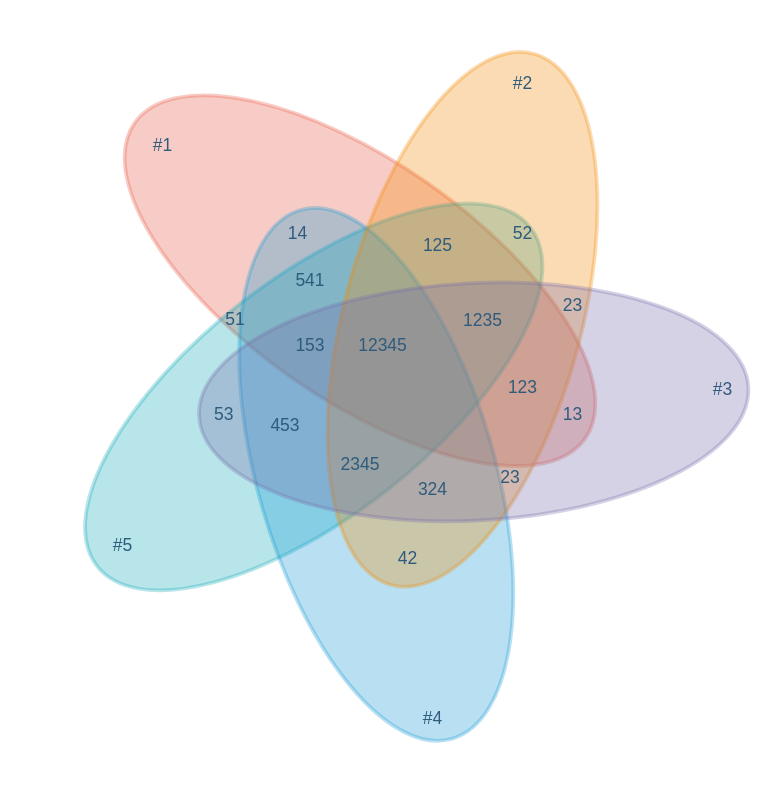
Above: 未命名绘图.drawio in Hantron/jira (draw.io), before the change. Source tidied: cells renumbered, new cells numbered last; positions are measured from the earlier drawing's top-left corner, leaving out a move shared by most shapes. Both pictures are drawn from the tidied source at 125%, with x=0, y=0 at pixel (38, 70).
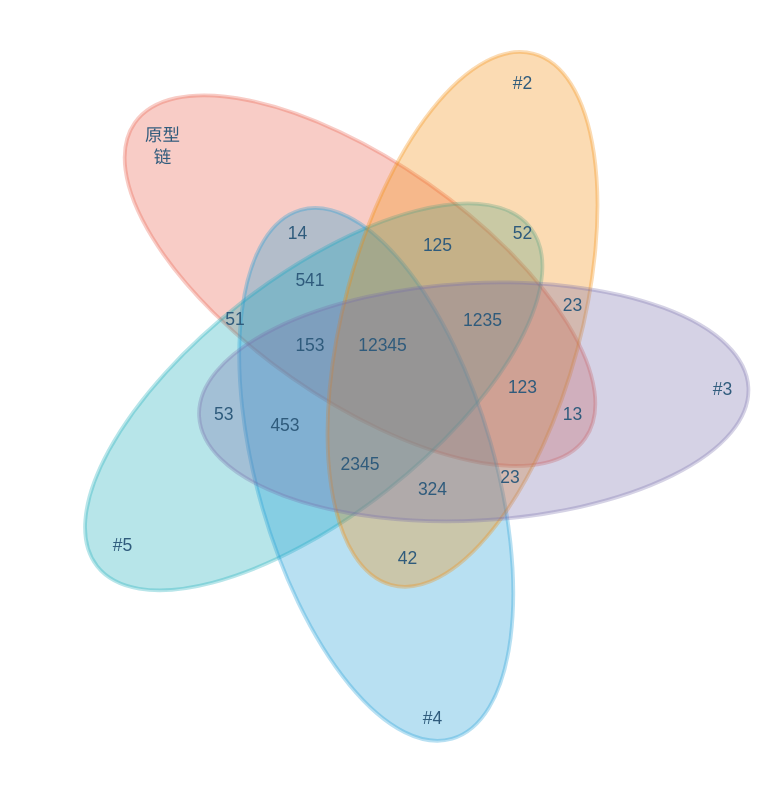
The same page after the edit.

Commit message:
更新未命名绘图.drawio

Diff of the diagram source:
```diff
@@
-    <mxCell id="7" value="#1" style="text;html=1;strokeColor=none;fillColor=none;align=center;verticalAlign=middle;whiteSpace=wrap;rounded=0;shadow=0;labelBackgroundColor=none;fontFamily=Helvetica;fontSize=14;fontColor=#2F5B7C;" parent="1" vertex="1">
+    <mxCell id="7" value="原型链" style="text;html=1;strokeColor=none;fillColor=none;align=center;verticalAlign=middle;whiteSpace=wrap;rounded=0;shadow=0;labelBackgroundColor=none;fontFamily=Helvetica;fontSize=14;fontColor=#2F5B7C;" parent="1" vertex="1">
       <mxGeometry x="79.5" y="50" width="40" height="20" as="geometry" />
     </mxCell>
```
